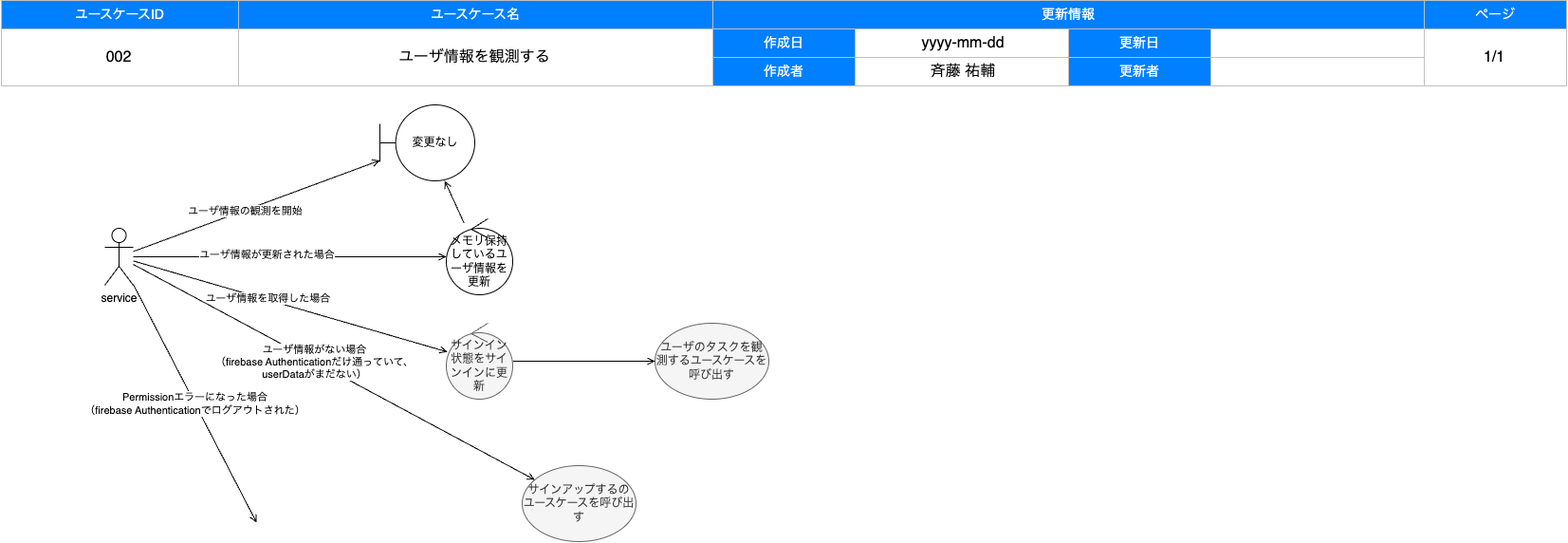
Above: documents/application/002_observingUserData.drawio.png in uskithub/CABoilerplate (draw.io), before the change. Source tidied: cells renumbered, new cells last; positions are measured from the earlier drawing's top-left corner, leaving out a move shared by most shapes. Its diagram source:
```xml
<mxGraphModel background="#FFFFFF">
  <root>
    <mxCell id="0" />
    <mxCell id="1" parent="0" />
    <mxCell id="2" style="group;" parent="1" vertex="1">
      <mxGeometry x="1" width="1650" height="90" as="geometry" />
    </mxCell>
    <mxCell id="3" value="ユースケースID" style="rounded=0;whiteSpace=wrap;html=1;strokeColor=#C0C0C0;fontSize=14;labelBorderColor=none;labelBackgroundColor=none;fillColor=#007FFF;fontColor=#FFFFFF;" parent="2" vertex="1">
      <mxGeometry width="250" height="30" as="geometry" />
    </mxCell>
    <mxCell id="4" value="ユースケース名" style="rounded=0;whiteSpace=wrap;html=1;strokeColor=#C0C0C0;fontSize=14;labelBorderColor=none;labelBackgroundColor=none;fillColor=#007FFF;fontColor=#FFFFFF;" parent="2" vertex="1">
      <mxGeometry x="250" width="500" height="30" as="geometry" />
    </mxCell>
    <mxCell id="5" value="更新情報" style="rounded=0;whiteSpace=wrap;html=1;strokeColor=#C0C0C0;fontSize=14;labelBorderColor=none;labelBackgroundColor=none;fillColor=#007FFF;fontColor=#FFFFFF;" parent="2" vertex="1">
      <mxGeometry x="750" width="750" height="30" as="geometry" />
    </mxCell>
    <mxCell id="6" value="ページ" style="rounded=0;whiteSpace=wrap;html=1;strokeColor=#C0C0C0;fontSize=14;labelBorderColor=none;labelBackgroundColor=none;fillColor=#007FFF;fontColor=#FFFFFF;" parent="2" vertex="1">
      <mxGeometry x="1500" width="150" height="30" as="geometry" />
    </mxCell>
    <mxCell id="7" style="rounded=0;whiteSpace=wrap;html=1;strokeColor=#C0C0C0;fontSize=14;labelBorderColor=none;labelBackgroundColor=none;fillColor=none;fontColor=#000000;" parent="2" vertex="1">
      <mxGeometry y="30" width="250" height="60" as="geometry" />
    </mxCell>
    <mxCell id="8" style="rounded=0;whiteSpace=wrap;html=1;strokeColor=#C0C0C0;fontSize=14;labelBorderColor=none;labelBackgroundColor=none;fillColor=none;fontColor=#000000;" parent="2" vertex="1">
      <mxGeometry x="250" y="30" width="500" height="60" as="geometry" />
    </mxCell>
    <mxCell id="9" value="作成日" style="rounded=0;whiteSpace=wrap;html=1;strokeColor=#C0C0C0;fontSize=14;labelBorderColor=none;labelBackgroundColor=none;fillColor=#007FFF;fontColor=#FFFFFF;" parent="2" vertex="1">
      <mxGeometry x="750" y="30" width="150" height="30" as="geometry" />
    </mxCell>
    <mxCell id="10" style="rounded=0;whiteSpace=wrap;html=1;strokeColor=#C0C0C0;fontSize=14;labelBorderColor=none;labelBackgroundColor=none;fillColor=none;fontColor=#000000;" parent="2" vertex="1">
      <mxGeometry x="1500" y="30" width="150" height="60" as="geometry" />
    </mxCell>
    <mxCell id="11" value="作成者" style="rounded=0;whiteSpace=wrap;html=1;strokeColor=#C0C0C0;fontSize=14;labelBorderColor=none;labelBackgroundColor=none;fillColor=#007FFF;fontColor=#FFFFFF;" parent="2" vertex="1">
      <mxGeometry x="750" y="60" width="150" height="30" as="geometry" />
    </mxCell>
    <mxCell id="12" value="更新日" style="rounded=0;whiteSpace=wrap;html=1;strokeColor=#C0C0C0;fontSize=14;labelBorderColor=none;labelBackgroundColor=none;fillColor=#007FFF;fontColor=#FFFFFF;" parent="2" vertex="1">
      <mxGeometry x="1125" y="30" width="150" height="30" as="geometry" />
    </mxCell>
    <mxCell id="13" value="更新者" style="rounded=0;whiteSpace=wrap;html=1;strokeColor=#C0C0C0;fontSize=14;labelBorderColor=none;labelBackgroundColor=none;fillColor=#007FFF;fontColor=#FFFFFF;" parent="2" vertex="1">
      <mxGeometry x="1125" y="60" width="150" height="30" as="geometry" />
    </mxCell>
    <mxCell id="14" style="rounded=0;whiteSpace=wrap;html=1;strokeColor=#C0C0C0;fontSize=14;labelBorderColor=none;labelBackgroundColor=none;fillColor=none;fontColor=#000000;" parent="2" vertex="1">
      <mxGeometry x="900" y="30" width="225" height="30" as="geometry" />
    </mxCell>
    <mxCell id="15" style="rounded=0;whiteSpace=wrap;html=1;strokeColor=#C0C0C0;fontSize=14;labelBorderColor=none;labelBackgroundColor=none;fillColor=none;fontColor=#000000;" parent="2" vertex="1">
      <mxGeometry x="1275" y="30" width="225" height="30" as="geometry" />
    </mxCell>
    <mxCell id="16" style="rounded=0;whiteSpace=wrap;html=1;strokeColor=#C0C0C0;fontSize=14;labelBorderColor=none;labelBackgroundColor=none;fillColor=none;fontColor=#000000;" parent="2" vertex="1">
      <mxGeometry x="900" y="60" width="225" height="30" as="geometry" />
    </mxCell>
    <mxCell id="17" style="rounded=0;whiteSpace=wrap;html=1;strokeColor=#C0C0C0;fontSize=14;labelBorderColor=none;labelBackgroundColor=none;fillColor=none;fontColor=#000000;" parent="2" vertex="1">
      <mxGeometry x="1275" y="60" width="225" height="30" as="geometry" />
    </mxCell>
    <mxCell id="18" value="ドキュメント情報" parent="0" />
    <mxCell id="19" value="ユーザ情報を観測する" style="text;html=1;strokeColor=none;fillColor=none;align=center;verticalAlign=middle;whiteSpace=wrap;labelBackgroundColor=none;fontSize=16;fontColor=#000000;" parent="18" vertex="1">
      <mxGeometry x="250" y="30" width="500" height="60" as="geometry" />
    </mxCell>
    <mxCell id="20" value="斉藤 祐輔" style="text;html=1;strokeColor=none;fillColor=none;align=center;verticalAlign=middle;whiteSpace=wrap;labelBackgroundColor=none;fontSize=16;fontColor=#000000;" parent="18" vertex="1">
      <mxGeometry x="900" y="60" width="230" height="30" as="geometry" />
    </mxCell>
    <mxCell id="21" value="1/1" style="text;html=1;strokeColor=none;fillColor=none;align=center;verticalAlign=middle;whiteSpace=wrap;labelBackgroundColor=none;fontSize=16;fontColor=#000000;" parent="18" vertex="1">
      <mxGeometry x="1500" y="30" width="150" height="60" as="geometry" />
    </mxCell>
    <mxCell id="22" value="yyyy-mm-dd" style="text;html=1;strokeColor=none;fillColor=none;align=center;verticalAlign=middle;whiteSpace=wrap;labelBackgroundColor=none;fontSize=16;fontColor=#000000;" parent="18" vertex="1">
      <mxGeometry x="900" y="30" width="230" height="30" as="geometry" />
    </mxCell>
    <mxCell id="23" value="002" style="text;html=1;strokeColor=none;fillColor=none;align=center;verticalAlign=middle;whiteSpace=wrap;labelBackgroundColor=none;fontSize=16;fontColor=#000000;" parent="18" vertex="1">
      <mxGeometry y="30" width="250" height="60" as="geometry" />
    </mxCell>
    <mxCell id="24" value="ロバストネス図" parent="0" />
    <mxCell id="25" style="edgeStyle=none;html=1;endArrow=open;endFill=0;" parent="24" edge="1" source="34" target="41">
      <mxGeometry relative="1" as="geometry" />
    </mxCell>
    <mxCell id="26" value="ユーザ情報を取得した場合" style="edgeLabel;html=1;align=center;verticalAlign=middle;" parent="25" vertex="1">
      <mxGeometry x="-0.15" y="2" relative="1" as="geometry" />
    </mxCell>
    <mxCell id="27" value="ユーザのタスクを観測するユースケースを呼び出す" style="ellipse;whiteSpace=wrap;html=1;fillColor=#f5f5f5;fontColor=#333333;strokeColor=#666666;" parent="24" vertex="1">
      <mxGeometry x="690" y="340" width="120" height="80" as="geometry" />
    </mxCell>
    <mxCell id="28" value="サインアップするのユースケースを呼び出す" style="ellipse;whiteSpace=wrap;html=1;fillColor=#f5f5f5;fontColor=#333333;strokeColor=#666666;" parent="24" vertex="1">
      <mxGeometry x="550" y="490" width="120" height="80" as="geometry" />
    </mxCell>
    <mxCell id="29" style="edgeStyle=none;html=1;endArrow=open;endFill=0;startArrow=none;" parent="24" edge="1" source="34" target="28">
      <mxGeometry relative="1" as="geometry" />
    </mxCell>
    <mxCell id="30" value="ユーザ情報がない場合&lt;br&gt;（firebase Authenticationだけ通っていて、&lt;br&gt;userDataがまだない）" style="edgeLabel;html=1;align=center;verticalAlign=middle;" parent="29" vertex="1">
      <mxGeometry x="-0.1" relative="1" as="geometry" />
    </mxCell>
    <mxCell id="31" value="Permissionエラーになった場合&lt;br&gt;（firebase Authenticationでログアウトされた）" style="edgeStyle=none;html=1;endArrow=open;endFill=0;" parent="24" edge="1" source="34">
      <mxGeometry relative="1" as="geometry">
        <mxPoint x="270" y="550" as="targetPoint" />
      </mxGeometry>
    </mxCell>
    <mxCell id="32" style="edgeStyle=none;html=1;endArrow=open;endFill=0;" parent="24" edge="1" source="34" target="39">
      <mxGeometry relative="1" as="geometry" />
    </mxCell>
    <mxCell id="33" value="ユーザ情報が更新された場合" style="edgeLabel;html=1;align=center;verticalAlign=middle;" parent="32" vertex="1">
      <mxGeometry x="-0.15" y="2" relative="1" as="geometry" />
    </mxCell>
    <mxCell id="34" value="service" style="shape=umlActor;verticalLabelPosition=bottom;verticalAlign=top;html=1;" parent="24" vertex="1">
      <mxGeometry x="110" y="240" width="30" height="60" as="geometry" />
    </mxCell>
    <mxCell id="35" style="edgeStyle=none;html=1;endArrow=open;endFill=0;startArrow=none;" parent="24" edge="1" source="34" target="37">
      <mxGeometry relative="1" as="geometry" />
    </mxCell>
    <mxCell id="36" value="ユーザ情報の観測を開始" style="edgeLabel;html=1;align=center;verticalAlign=middle;" parent="35" vertex="1">
      <mxGeometry x="-0.1" relative="1" as="geometry" />
    </mxCell>
    <mxCell id="37" value="変更なし" style="shape=umlBoundary;whiteSpace=wrap;html=1;" parent="24" vertex="1">
      <mxGeometry x="400" y="110" width="100" height="80" as="geometry" />
    </mxCell>
    <mxCell id="38" style="edgeStyle=none;html=1;endArrow=open;endFill=0;" parent="24" edge="1" source="39" target="37">
      <mxGeometry relative="1" as="geometry" />
    </mxCell>
    <mxCell id="39" value="メモリ保持しているユーザ情報を更新" style="ellipse;shape=umlControl;whiteSpace=wrap;html=1;" parent="24" vertex="1">
      <mxGeometry x="470" y="230" width="70" height="80" as="geometry" />
    </mxCell>
    <mxCell id="40" style="edgeStyle=none;html=1;endArrow=open;endFill=0;" parent="24" edge="1" source="41" target="27">
      <mxGeometry relative="1" as="geometry" />
    </mxCell>
    <mxCell id="41" value="サインイン状態をサインインに更新" style="ellipse;shape=umlControl;whiteSpace=wrap;html=1;fillColor=#f5f5f5;fontColor=#333333;strokeColor=#666666;" parent="24" vertex="1">
      <mxGeometry x="470" y="340" width="70" height="80" as="geometry" />
    </mxCell>
  </root>
</mxGraphModel>
```
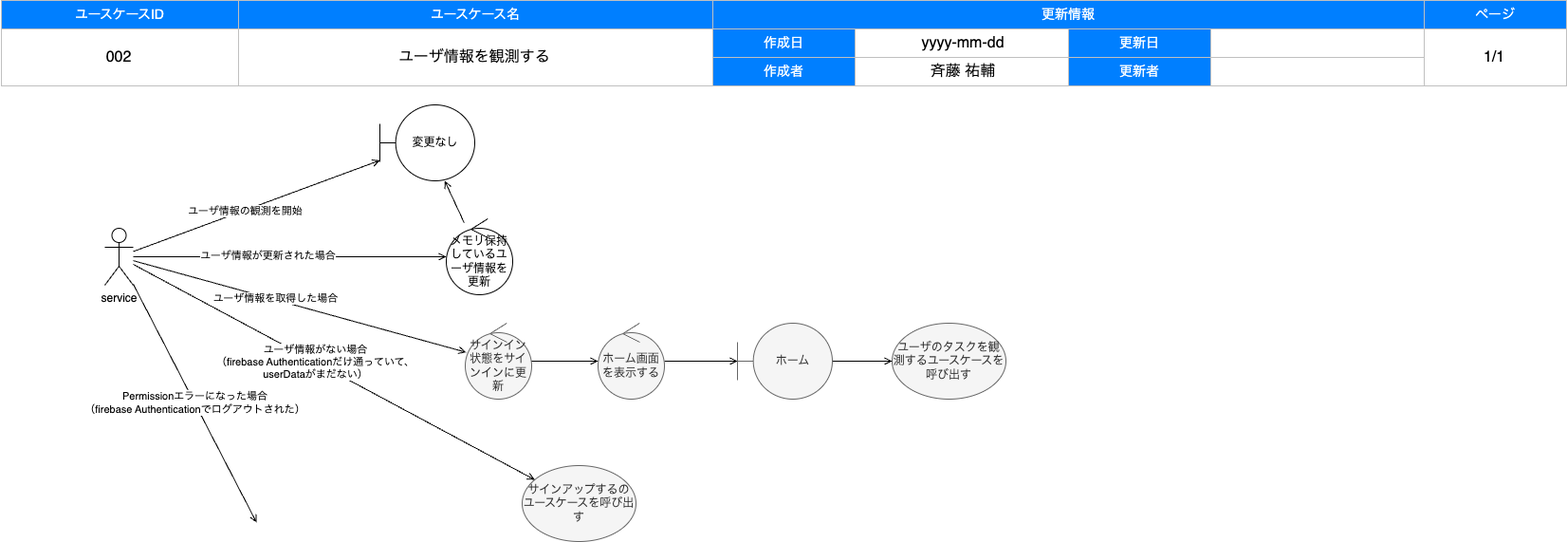
The same diagram one commit later.

Change to the diagram source:
```diff
@@ -74,7 +74,7 @@
       <mxGeometry x="-0.15" y="2" relative="1" as="geometry" />
     </mxCell>
     <mxCell id="27" value="ユーザのタスクを観測するユースケースを呼び出す" style="ellipse;whiteSpace=wrap;html=1;fillColor=#f5f5f5;fontColor=#333333;strokeColor=#666666;" parent="24" vertex="1">
-      <mxGeometry x="690" y="340" width="120" height="80" as="geometry" />
+      <mxGeometry x="940" y="340" width="120" height="80" as="geometry" />
     </mxCell>
     <mxCell id="28" value="サインアップするのユースケースを呼び出す" style="ellipse;whiteSpace=wrap;html=1;fillColor=#f5f5f5;fontColor=#333333;strokeColor=#666666;" parent="24" vertex="1">
       <mxGeometry x="550" y="490" width="120" height="80" as="geometry" />
@@ -114,11 +114,23 @@
     <mxCell id="39" value="メモリ保持しているユーザ情報を更新" style="ellipse;shape=umlControl;whiteSpace=wrap;html=1;" parent="24" vertex="1">
       <mxGeometry x="470" y="230" width="70" height="80" as="geometry" />
     </mxCell>
-    <mxCell id="40" style="edgeStyle=none;html=1;endArrow=open;endFill=0;" parent="24" edge="1" source="41" target="27">
+    <mxCell id="40" style="edgeStyle=none;html=1;endArrow=open;endFill=0;" parent="24" edge="1" source="43" target="27">
       <mxGeometry relative="1" as="geometry" />
     </mxCell>
     <mxCell id="41" value="サインイン状態をサインインに更新" style="ellipse;shape=umlControl;whiteSpace=wrap;html=1;fillColor=#f5f5f5;fontColor=#333333;strokeColor=#666666;" parent="24" vertex="1">
-      <mxGeometry x="470" y="340" width="70" height="80" as="geometry" />
+      <mxGeometry x="490" y="340" width="70" height="80" as="geometry" />
     </mxCell>
+    <mxCell id="42" style="edgeStyle=none;html=1;endArrow=open;endFill=0;" parent="24" edge="1" source="44" target="43">
+      <mxGeometry relative="1" as="geometry" />
+    </mxCell>
+    <mxCell id="43" value="ホーム" style="shape=umlBoundary;whiteSpace=wrap;html=1;fillColor=#f5f5f5;fontColor=#333333;strokeColor=#666666;" parent="24" vertex="1">
+      <mxGeometry x="777" y="340" width="100" height="80" as="geometry" />
+    </mxCell>
+    <mxCell id="44" value="ホーム画面を表示する" style="ellipse;shape=umlControl;whiteSpace=wrap;html=1;fillColor=#f5f5f5;fontColor=#333333;strokeColor=#666666;" parent="24" vertex="1">
+      <mxGeometry x="630" y="340" width="70" height="80" as="geometry" />
+    </mxCell>
+    <mxCell id="45" style="edgeStyle=none;html=1;endArrow=open;endFill=0;" parent="24" edge="1" source="41" target="44">
+      <mxGeometry relative="1" as="geometry" />
+    </mxCell>
   </root>
 </mxGraphModel>
```
